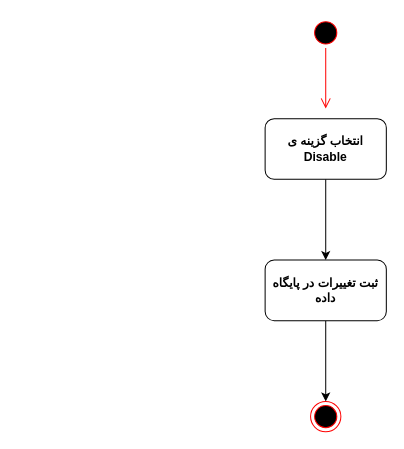
Above: docs/Disable Diagram.drawio in marketplus95/marketplus95 (draw.io), before the change. Source tidied: cells renumbered, new cells numbered last; positions are measured from the earlier drawing's top-left corner, leaving out a move shared by most shapes. Both pictures are drawn from the tidied source at 101%, with x=0, y=0 at pixel (265, 17).
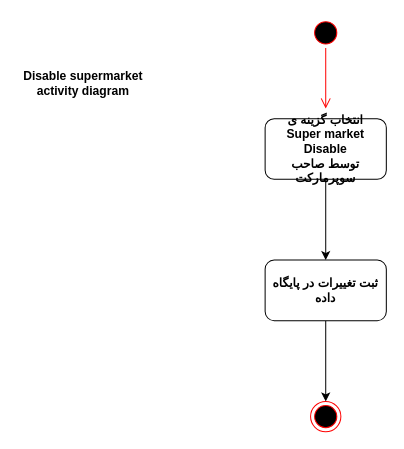
Above is the later version.

Change to the diagram source:
```diff
@@
 <mxGraphModel>
   <root>
     <mxCell id="0" />
     <mxCell id="1" parent="0" />
     <mxCell id="2" style="ellipse;html=1;shape=startState;fillColor=#000000;strokeColor=#ff0000;" parent="1" vertex="1">
       <mxGeometry x="45" width="30" height="30" as="geometry" />
     </mxCell>
     <mxCell id="3" style="edgeStyle=orthogonalEdgeStyle;html=1;verticalAlign=bottom;endArrow=open;endSize=8;strokeColor=#ff0000;" parent="1" edge="1" source="2">
       <mxGeometry relative="1" as="geometry">
         <mxPoint x="60" y="90" as="targetPoint" />
       </mxGeometry>
     </mxCell>
     <mxCell id="4" style="edgeStyle=orthogonalEdgeStyle;rounded=0;jettySize=auto;html=1;" parent="1" edge="1" source="5" target="7">
       <mxGeometry relative="1" as="geometry" />
     </mxCell>
-    <mxCell id="5" value="&lt;div&gt;&lt;b&gt;انتخاب گزینه ی &lt;br&gt;&lt;/b&gt;&lt;/div&gt;&lt;div&gt;&lt;b&gt;Disable&lt;/b&gt;&lt;br&gt;&lt;/div&gt;" style="rounded=1;whiteSpace=wrap;html=1;" parent="1" vertex="1">
+    <mxCell id="5" value="&lt;div&gt;&lt;b&gt;انتخاب گزینه ی &lt;br&gt;&lt;/b&gt;&lt;/div&gt;&lt;div&gt;&lt;b&gt;Super market Disable &lt;br&gt;&lt;/b&gt;&lt;/div&gt;&lt;div&gt;&lt;b&gt;توسط صاحب سوپرمارکت&lt;/b&gt;&lt;br&gt;&lt;/div&gt;" style="rounded=1;whiteSpace=wrap;html=1;" parent="1" vertex="1">
       <mxGeometry y="100" width="120" height="60" as="geometry" />
     </mxCell>
     <mxCell id="6" style="edgeStyle=orthogonalEdgeStyle;rounded=0;jettySize=auto;html=1;entryX=0.5;entryY=0;entryDx=0;entryDy=0;" parent="1" edge="1" source="7" target="8">
       <mxGeometry relative="1" as="geometry" />
     </mxCell>
     <mxCell id="7" value="&lt;b&gt;ثبت تغییرات در پایگاه داده&lt;/b&gt;" style="rounded=1;whiteSpace=wrap;html=1;" parent="1" vertex="1">
       <mxGeometry y="240" width="120" height="60" as="geometry" />
     </mxCell>
     <mxCell id="8" style="ellipse;html=1;shape=endState;fillColor=#000000;strokeColor=#ff0000;" parent="1" vertex="1">
       <mxGeometry x="45" y="380" width="30" height="30" as="geometry" />
     </mxCell>
+    <mxCell id="9" value="&lt;b&gt;Disable supermarket activity diagram&lt;/b&gt;" style="text;html=1;strokeColor=none;fillColor=none;align=center;verticalAlign=middle;whiteSpace=wrap;rounded=0;" parent="1" vertex="1">
+      <mxGeometry x="-245" y="60" width="130" height="10" as="geometry" />
+    </mxCell>
   </root>
 </mxGraphModel>
```
